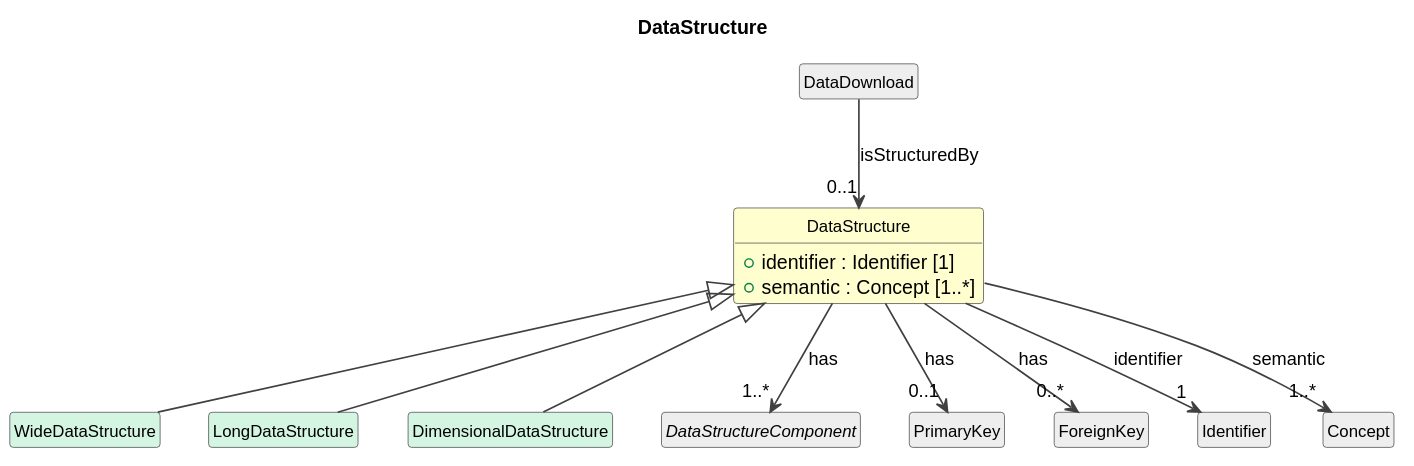
Before: cdif-uml-model/_plantuml/cdifDataStructure/Classes/DataStructure.svg, a diagram exported from PlantUML (Cross-Domain-Interoperability-Framework/metadataBuildingBlocks).
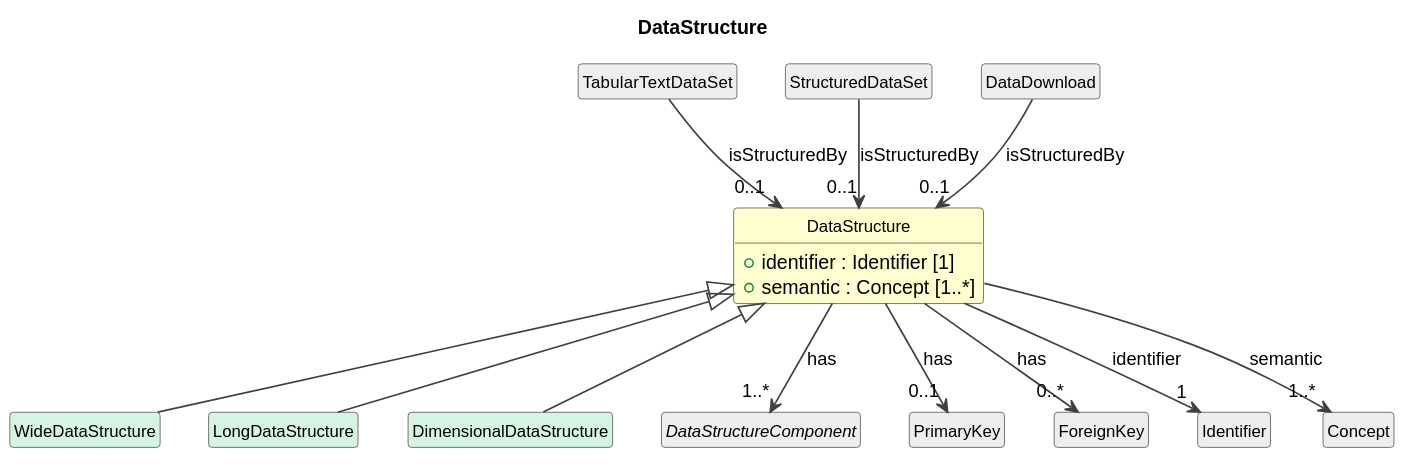
After the commit.

Change to the diagram source:
```diff
@@ -26,6 +26,10 @@
 DataStructure --> "0..1" PrimaryKey : has
 class "ForeignKey" as ForeignKey #EEEEEE
 DataStructure --> "0..*" ForeignKey : has
+class "TabularTextDataSet" as TabularTextDataSet #EEEEEE
+TabularTextDataSet --> "0..1" DataStructure : isStructuredBy
+class "StructuredDataSet" as StructuredDataSet #EEEEEE
+StructuredDataSet --> "0..1" DataStructure : isStructuredBy
 class "DataDownload" as DataDownload #EEEEEE
 DataDownload --> "0..1" DataStructure : isStructuredBy
 class "Identifier" as Identifier #EEEEEE
```
